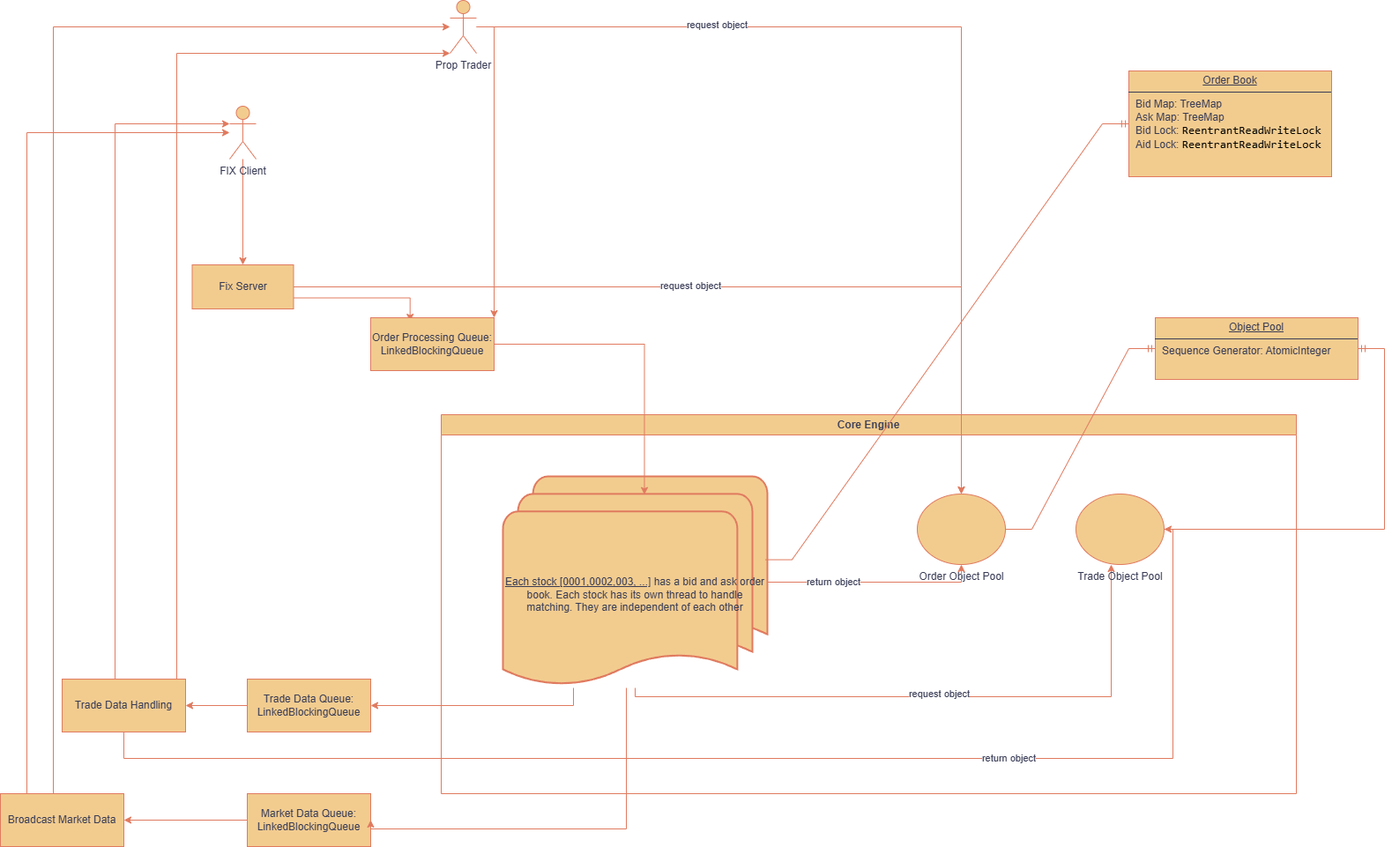
Earlier version of the draw.io export images/Matching Engine Component Diagram.png (georgefungkp/Matching-Engine). Source tidied: cells renumbered, new cells last; positions are measured from the earlier drawing's top-left corner, leaving out a move shared by most shapes. The source it was exported from:
```xml
<mxGraphModel>
  <root>
    <mxCell id="0" />
    <mxCell id="1" parent="0" />
    <mxCell id="2" style="edgeStyle=orthogonalEdgeStyle;rounded=0;jettySize=auto;html=1;strokeColor=#E07A5F;fontColor=#393C56;fillColor=#F2CC8F;" parent="1" edge="1" source="3" target="8">
      <mxGeometry relative="1" as="geometry" />
    </mxCell>
    <mxCell id="3" value="FIX Client" style="shape=umlActor;verticalLabelPosition=bottom;verticalAlign=top;html=1;outlineConnect=0;labelBackgroundColor=none;fillColor=#F2CC8F;strokeColor=#E07A5F;fontColor=#393C56;" parent="1" vertex="1">
      <mxGeometry x="260" y="120" width="30" height="60" as="geometry" />
    </mxCell>
    <mxCell id="4" value="Prop Trader" style="shape=umlActor;verticalLabelPosition=bottom;verticalAlign=top;html=1;outlineConnect=0;labelBackgroundColor=none;fillColor=#F2CC8F;strokeColor=#E07A5F;fontColor=#393C56;" parent="1" vertex="1">
      <mxGeometry x="510" width="30" height="60" as="geometry" />
    </mxCell>
    <mxCell id="5" style="edgeStyle=orthogonalEdgeStyle;rounded=0;jettySize=auto;html=1;strokeColor=#E07A5F;fontColor=#393C56;fillColor=#F2CC8F;entryX=0.319;entryY=0.067;entryDx=0;entryDy=0;entryPerimeter=0;exitX=1;exitY=0.75;exitDx=0;exitDy=0;" parent="1" edge="1" source="8" target="9">
      <mxGeometry relative="1" as="geometry" />
    </mxCell>
    <mxCell id="6" style="edgeStyle=orthogonalEdgeStyle;rounded=0;jettySize=auto;html=1;strokeColor=#E07A5F;fontColor=#393C56;fillColor=#F2CC8F;" parent="1" edge="1" source="8" target="20">
      <mxGeometry relative="1" as="geometry" />
    </mxCell>
    <mxCell id="7" value="request object" style="edgeLabel;html=1;align=center;verticalAlign=middle;strokeColor=#E07A5F;fontColor=#393C56;fillColor=#F2CC8F;" parent="6" vertex="1">
      <mxGeometry x="-0.09" y="2" relative="1" as="geometry" />
    </mxCell>
    <mxCell id="8" value="Fix Server" style="rounded=0;whiteSpace=wrap;html=1;strokeColor=#E07A5F;fontColor=#393C56;fillColor=#F2CC8F;" parent="1" vertex="1">
      <mxGeometry x="217.5" y="300" width="115" height="50" as="geometry" />
    </mxCell>
    <mxCell id="9" value="Order Processing Queue: LinkedBlockingQueue" style="rounded=0;whiteSpace=wrap;html=1;strokeColor=#E07A5F;fontColor=#393C56;fillColor=#F2CC8F;" parent="1" vertex="1">
      <mxGeometry x="420" y="360" width="140" height="60" as="geometry" />
    </mxCell>
    <mxCell id="10" style="edgeStyle=orthogonalEdgeStyle;rounded=0;jettySize=auto;html=1;strokeColor=#E07A5F;fontColor=#393C56;fillColor=#F2CC8F;entryX=1;entryY=0;entryDx=0;entryDy=0;" parent="1" edge="1" source="4" target="9">
      <mxGeometry relative="1" as="geometry">
        <Array as="points">
          <mxPoint x="560" y="30" />
        </Array>
      </mxGeometry>
    </mxCell>
    <mxCell id="11" style="edgeStyle=orthogonalEdgeStyle;rounded=0;jettySize=auto;html=1;entryX=1;entryY=0.5;entryDx=0;entryDy=0;strokeColor=#E07A5F;fontColor=#393C56;fillColor=#F2CC8F;" parent="1" edge="1" source="12" target="33">
      <mxGeometry relative="1" as="geometry" />
    </mxCell>
    <mxCell id="12" value="Market Data Queue: LinkedBlockingQueue" style="rounded=0;whiteSpace=wrap;html=1;strokeColor=#E07A5F;fontColor=#393C56;fillColor=#F2CC8F;" parent="1" vertex="1">
      <mxGeometry x="280" y="900" width="140" height="60" as="geometry" />
    </mxCell>
    <mxCell id="13" style="edgeStyle=orthogonalEdgeStyle;rounded=0;jettySize=auto;html=1;entryX=1;entryY=0.5;entryDx=0;entryDy=0;strokeColor=#E07A5F;fontColor=#393C56;fillColor=#F2CC8F;" parent="1" edge="1" source="14" target="30">
      <mxGeometry relative="1" as="geometry" />
    </mxCell>
    <mxCell id="14" value="Trade Data Queue: LinkedBlockingQueue" style="rounded=0;whiteSpace=wrap;html=1;strokeColor=#E07A5F;fontColor=#393C56;fillColor=#F2CC8F;" parent="1" vertex="1">
      <mxGeometry x="280" y="770" width="140" height="60" as="geometry" />
    </mxCell>
    <mxCell id="15" value="Core Engine" style="swimlane;whiteSpace=wrap;html=1;strokeColor=#E07A5F;fontColor=#393C56;fillColor=#F2CC8F;" parent="1" vertex="1">
      <mxGeometry x="500" y="470" width="970" height="430" as="geometry" />
    </mxCell>
    <mxCell id="16" style="edgeStyle=orthogonalEdgeStyle;rounded=0;jettySize=auto;html=1;strokeColor=#E07A5F;fontColor=#393C56;fillColor=#F2CC8F;" parent="15" edge="1" source="18" target="19">
      <mxGeometry relative="1" as="geometry">
        <Array as="points">
          <mxPoint x="220" y="320" />
          <mxPoint x="760" y="320" />
        </Array>
      </mxGeometry>
    </mxCell>
    <mxCell id="17" value="request object" style="edgeLabel;html=1;align=center;verticalAlign=middle;strokeColor=#E07A5F;fontColor=#393C56;fillColor=#F2CC8F;" parent="16" vertex="1">
      <mxGeometry x="0.01" y="4" relative="1" as="geometry" />
    </mxCell>
    <mxCell id="18" value="&lt;div&gt;&lt;u&gt;&lt;br&gt;&lt;/u&gt;&lt;/div&gt;&lt;u&gt;&lt;div&gt;&lt;u&gt;&lt;br&gt;&lt;/u&gt;&lt;/div&gt;Each stock [0001,0002,003, ...]&lt;/u&gt; has a bid and ask order book. Each stock has its own thread to handle matching. They are independent of each other" style="strokeWidth=2;html=1;shape=mxgraph.flowchart.multi-document;whiteSpace=wrap;strokeColor=#E07A5F;fontColor=#393C56;fillColor=#F2CC8F;" parent="15" vertex="1">
      <mxGeometry x="70" y="70" width="300" height="240" as="geometry" />
    </mxCell>
    <mxCell id="19" value="Trade Object Pool" style="verticalLabelPosition=bottom;verticalAlign=top;html=1;shape=mxgraph.flowchart.on-page_reference;strokeColor=#E07A5F;fontColor=#393C56;fillColor=#F2CC8F;" parent="15" vertex="1">
      <mxGeometry x="720" y="90" width="100" height="80" as="geometry" />
    </mxCell>
    <mxCell id="20" value="Order Object Pool" style="verticalLabelPosition=bottom;verticalAlign=top;html=1;shape=mxgraph.flowchart.on-page_reference;strokeColor=#E07A5F;fontColor=#393C56;fillColor=#F2CC8F;" parent="15" vertex="1">
      <mxGeometry x="540" y="90" width="100" height="80" as="geometry" />
    </mxCell>
    <mxCell id="21" style="edgeStyle=orthogonalEdgeStyle;rounded=0;jettySize=auto;html=1;entryX=0.5;entryY=1;entryDx=0;entryDy=0;entryPerimeter=0;strokeColor=#E07A5F;fontColor=#393C56;fillColor=#F2CC8F;" parent="15" edge="1" source="18" target="20">
      <mxGeometry relative="1" as="geometry" />
    </mxCell>
    <mxCell id="22" value="return object" style="edgeLabel;html=1;align=center;verticalAlign=middle;strokeColor=#E07A5F;fontColor=#393C56;fillColor=#F2CC8F;" parent="21" vertex="1">
      <mxGeometry x="-0.38" y="1" relative="1" as="geometry" />
    </mxCell>
    <mxCell id="23" style="edgeStyle=orthogonalEdgeStyle;rounded=0;jettySize=auto;html=1;entryX=0.535;entryY=0.086;entryDx=0;entryDy=0;entryPerimeter=0;strokeColor=#E07A5F;fontColor=#393C56;fillColor=#F2CC8F;" parent="1" edge="1" source="9" target="18">
      <mxGeometry relative="1" as="geometry" />
    </mxCell>
    <mxCell id="24" value="&lt;p style=&quot;margin:0px;margin-top:4px;text-align:center;text-decoration:underline;&quot;&gt;Order Book&lt;/p&gt;&lt;hr size=&quot;1&quot; style=&quot;border-style:solid;&quot;&gt;&lt;p style=&quot;margin:0px;margin-left:8px;&quot;&gt;&lt;span style=&quot;background-color: transparent; color: light-dark(rgb(57, 60, 86), rgb(182, 184, 207));&quot;&gt;Bid Map: TreeMap&lt;/span&gt;&lt;/p&gt;&lt;p style=&quot;margin:0px;margin-left:8px;&quot;&gt;Ask Map: TreeMap&lt;/p&gt;&lt;p style=&quot;margin:0px;margin-left:8px;&quot;&gt;Bid Lock:&amp;nbsp;&lt;span style=&quot;font-family: &amp;quot;JetBrains Mono&amp;quot;, monospace; font-size: 9.8pt;&quot;&gt;&lt;font style=&quot;color: rgb(0, 0, 0);&quot;&gt;ReentrantReadWriteLock&lt;/font&gt;&lt;/span&gt;&lt;/p&gt;&lt;p style=&quot;margin:0px;margin-left:8px;&quot;&gt;Aid Lock:&amp;nbsp;&lt;span style=&quot;font-family: &amp;quot;JetBrains Mono&amp;quot;, monospace; font-size: 9.8pt;&quot;&gt;&lt;font style=&quot;color: rgb(0, 0, 0);&quot;&gt;ReentrantReadWriteLock&lt;/font&gt;&lt;/span&gt;&lt;span style=&quot;font-family: &amp;quot;JetBrains Mono&amp;quot;, monospace; font-size: 9.8pt;&quot;&gt;&lt;font style=&quot;color: rgb(0, 0, 0);&quot;&gt;&lt;/font&gt;&lt;/span&gt;&lt;/p&gt;" style="verticalAlign=top;align=left;overflow=fill;html=1;whiteSpace=wrap;strokeColor=#E07A5F;fontColor=#393C56;fillColor=#F2CC8F;" parent="1" vertex="1">
      <mxGeometry x="1280" y="80" width="230" height="120" as="geometry" />
    </mxCell>
    <mxCell id="25" style="edgeStyle=entityRelationEdgeStyle;fontSize=12;html=1;endArrow=ERmandOne;rounded=0;strokeColor=#E07A5F;fontColor=#393C56;fillColor=#F2CC8F;exitX=0.993;exitY=0.394;exitDx=0;exitDy=0;exitPerimeter=0;" parent="1" edge="1" source="18" target="24">
      <mxGeometry relative="1" as="geometry" />
    </mxCell>
    <mxCell id="26" style="edgeStyle=orthogonalEdgeStyle;rounded=0;jettySize=auto;html=1;entryX=0.5;entryY=0;entryDx=0;entryDy=0;entryPerimeter=0;strokeColor=#E07A5F;fontColor=#393C56;fillColor=#F2CC8F;" parent="1" edge="1" source="4" target="20">
      <mxGeometry relative="1" as="geometry" />
    </mxCell>
    <mxCell id="27" value="request object" style="edgeLabel;html=1;align=center;verticalAlign=middle;strokeColor=#E07A5F;fontColor=#393C56;fillColor=#F2CC8F;" parent="26" vertex="1">
      <mxGeometry x="-0.5" y="3" relative="1" as="geometry" />
    </mxCell>
    <mxCell id="28" style="edgeStyle=orthogonalEdgeStyle;rounded=0;jettySize=auto;html=1;strokeColor=#E07A5F;fontColor=#393C56;fillColor=#F2CC8F;entryX=1;entryY=0.5;entryDx=0;entryDy=0;" parent="1" edge="1" source="18" target="14">
      <mxGeometry relative="1" as="geometry">
        <Array as="points">
          <mxPoint x="650" y="800" />
        </Array>
      </mxGeometry>
    </mxCell>
    <mxCell id="29" style="edgeStyle=orthogonalEdgeStyle;rounded=0;jettySize=auto;html=1;strokeColor=#E07A5F;fontColor=#393C56;fillColor=#F2CC8F;entryX=1;entryY=0.5;entryDx=0;entryDy=0;" parent="1" edge="1" source="18" target="12">
      <mxGeometry relative="1" as="geometry">
        <Array as="points">
          <mxPoint x="710" y="940" />
        </Array>
      </mxGeometry>
    </mxCell>
    <mxCell id="30" value="Trade Data Handling" style="rounded=0;whiteSpace=wrap;html=1;strokeColor=#E07A5F;fontColor=#393C56;fillColor=#F2CC8F;" parent="1" vertex="1">
      <mxGeometry x="70" y="770" width="140" height="60" as="geometry" />
    </mxCell>
    <mxCell id="31" style="edgeStyle=orthogonalEdgeStyle;rounded=0;jettySize=auto;html=1;strokeColor=#E07A5F;fontColor=#393C56;fillColor=#F2CC8F;" parent="1" edge="1" source="33" target="3">
      <mxGeometry relative="1" as="geometry">
        <Array as="points">
          <mxPoint x="30" y="150" />
        </Array>
      </mxGeometry>
    </mxCell>
    <mxCell id="32" style="edgeStyle=orthogonalEdgeStyle;rounded=0;jettySize=auto;html=1;strokeColor=#E07A5F;fontColor=#393C56;fillColor=#F2CC8F;" parent="1" edge="1" source="33" target="4">
      <mxGeometry relative="1" as="geometry">
        <Array as="points">
          <mxPoint x="60" y="30" />
        </Array>
      </mxGeometry>
    </mxCell>
    <mxCell id="33" value="Broadcast Market Data" style="rounded=0;whiteSpace=wrap;html=1;strokeColor=#E07A5F;fontColor=#393C56;fillColor=#F2CC8F;" parent="1" vertex="1">
      <mxGeometry y="900" width="140" height="60" as="geometry" />
    </mxCell>
    <mxCell id="34" style="edgeStyle=orthogonalEdgeStyle;rounded=0;jettySize=auto;html=1;entryX=0;entryY=0.3333333333333333;entryDx=0;entryDy=0;entryPerimeter=0;strokeColor=#E07A5F;fontColor=#393C56;fillColor=#F2CC8F;" parent="1" edge="1" source="30" target="3">
      <mxGeometry relative="1" as="geometry">
        <Array as="points">
          <mxPoint x="130" y="140" />
        </Array>
      </mxGeometry>
    </mxCell>
    <mxCell id="35" style="edgeStyle=orthogonalEdgeStyle;rounded=0;jettySize=auto;html=1;strokeColor=#E07A5F;fontColor=#393C56;fillColor=#F2CC8F;" parent="1" edge="1" source="30" target="4">
      <mxGeometry relative="1" as="geometry">
        <Array as="points">
          <mxPoint x="200" y="60" />
        </Array>
      </mxGeometry>
    </mxCell>
    <mxCell id="36" style="edgeStyle=orthogonalEdgeStyle;rounded=0;jettySize=auto;html=1;strokeColor=#E07A5F;fontColor=#393C56;fillColor=#F2CC8F;" parent="1" edge="1" source="30" target="19">
      <mxGeometry relative="1" as="geometry">
        <Array as="points">
          <mxPoint x="140" y="860" />
          <mxPoint x="1330" y="860" />
        </Array>
      </mxGeometry>
    </mxCell>
    <mxCell id="37" value="return object" style="edgeLabel;html=1;align=center;verticalAlign=middle;strokeColor=#E07A5F;fontColor=#393C56;fillColor=#F2CC8F;" parent="36" vertex="1">
      <mxGeometry x="0.39" y="1" relative="1" as="geometry" />
    </mxCell>
    <mxCell id="38" value="&lt;p style=&quot;margin:0px;margin-top:4px;text-align:center;text-decoration:underline;&quot;&gt;Object Pool&lt;/p&gt;&lt;hr size=&quot;1&quot; style=&quot;border-style:solid;&quot;&gt;&lt;p style=&quot;margin:0px;margin-left:8px;&quot;&gt;Sequence Generator: AtomicInteger&lt;/p&gt;" style="verticalAlign=top;align=left;overflow=fill;html=1;whiteSpace=wrap;strokeColor=#E07A5F;fontColor=#393C56;fillColor=#F2CC8F;" parent="1" vertex="1">
      <mxGeometry x="1310" y="360" width="230" height="70" as="geometry" />
    </mxCell>
    <mxCell id="39" style="edgeStyle=entityRelationEdgeStyle;fontSize=12;html=1;endArrow=ERmandOne;rounded=0;strokeColor=#E07A5F;fontColor=#393C56;fillColor=#F2CC8F;entryX=0;entryY=0.5;entryDx=0;entryDy=0;" parent="1" edge="1" source="20" target="38">
      <mxGeometry relative="1" as="geometry" />
    </mxCell>
    <mxCell id="40" style="edgeStyle=entityRelationEdgeStyle;fontSize=12;html=1;endArrow=ERmandOne;rounded=0;strokeColor=#E07A5F;fontColor=#393C56;fillColor=#F2CC8F;" parent="1" edge="1" source="19" target="38">
      <mxGeometry relative="1" as="geometry" />
    </mxCell>
  </root>
</mxGraphModel>
```
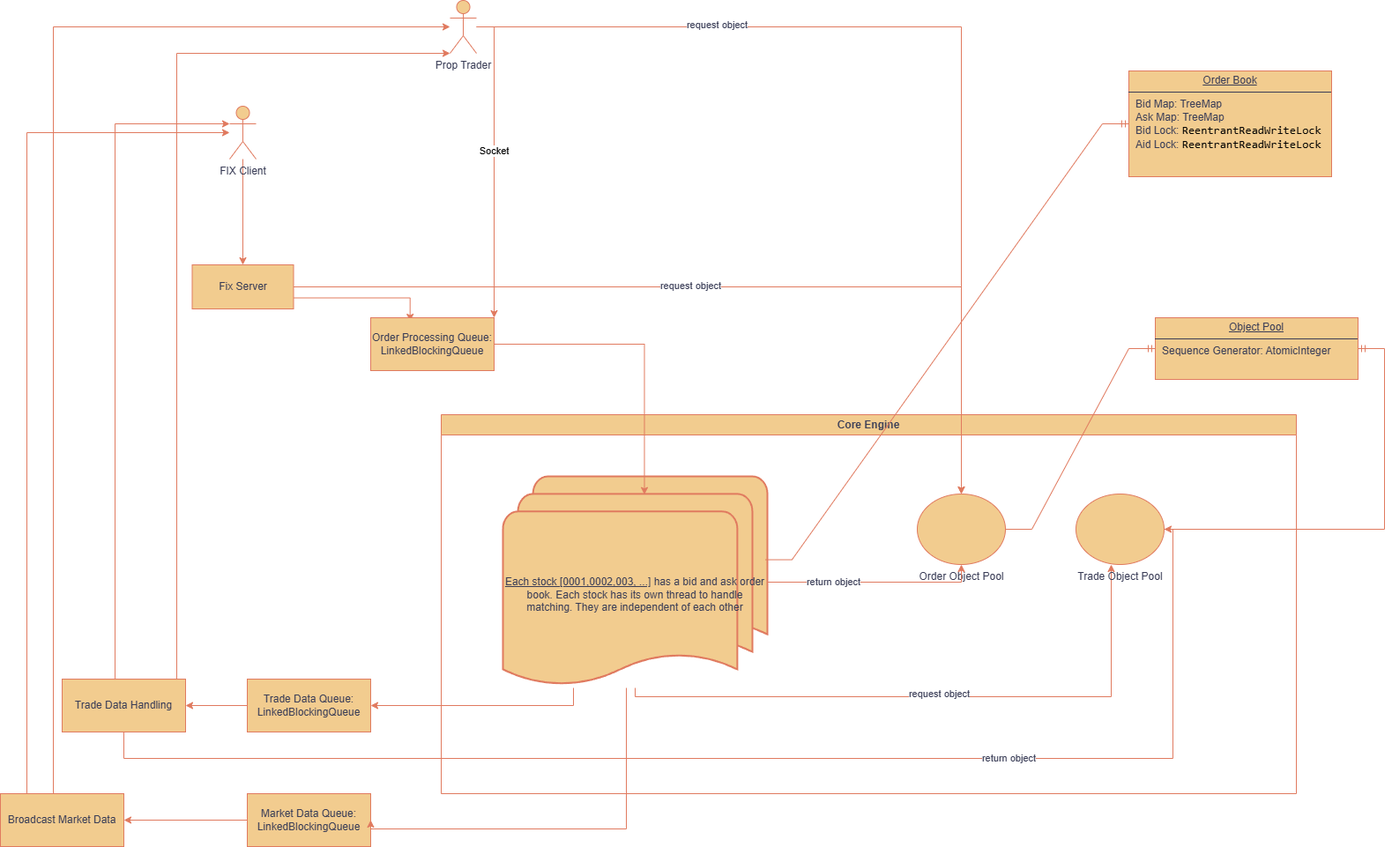
Above is the later version.

Diff of the diagram source:
```diff
@@ -33,6 +33,9 @@
         </Array>
       </mxGeometry>
     </mxCell>
+    <mxCell id="41" value="Socket" style="edgeLabel;html=1;align=center;verticalAlign=middle;" parent="10" vertex="1">
+      <mxGeometry x="-0.09" y="-1" relative="1" as="geometry" />
+    </mxCell>
     <mxCell id="11" style="edgeStyle=orthogonalEdgeStyle;rounded=0;jettySize=auto;html=1;entryX=1;entryY=0.5;entryDx=0;entryDy=0;strokeColor=#E07A5F;fontColor=#393C56;fillColor=#F2CC8F;" parent="1" edge="1" source="12" target="33">
       <mxGeometry relative="1" as="geometry" />
     </mxCell>
```
